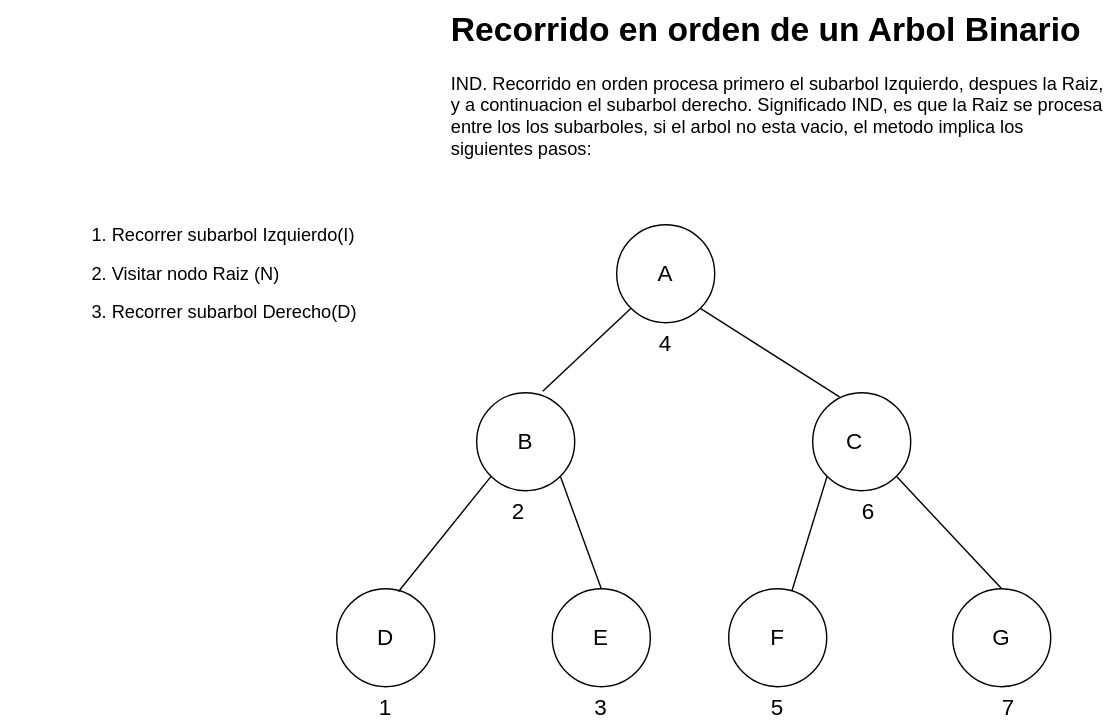
Earlier version of the draw.io export Estructura-de-datos/Arboles/enorden.drawio.svg (Nordcode-cyber/Algoritmos-Estructdatos). Source tidied: cells renumbered, new cells last; positions are measured from the earlier drawing's top-left corner, leaving out a move shared by most shapes.
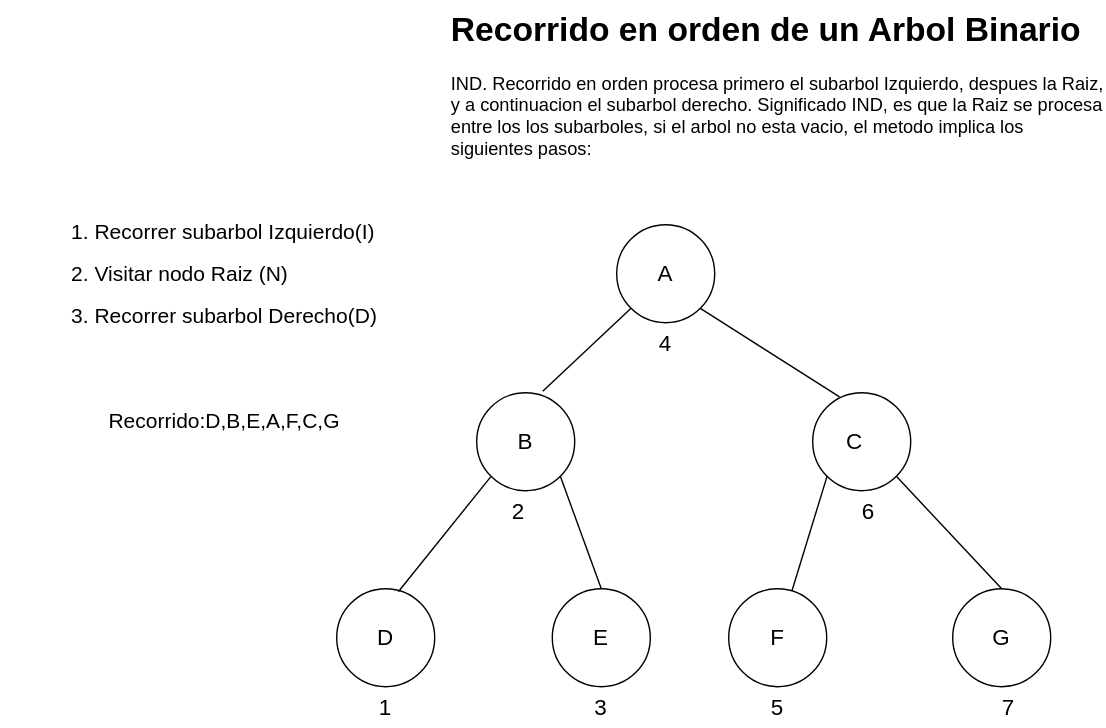
After the commit.

Diff of the diagram source:
```diff
@@ -5,7 +5,7 @@
     <mxCell id="2" value="&lt;h1 style=&quot;margin-top: 0px;&quot;&gt;Recorrido en orden de un Arbol Binario&lt;/h1&gt;&lt;p&gt;&lt;font style=&quot;font-size: 13px;&quot;&gt;IND. Recorrido en orden procesa primero el subarbol Izquierdo, despues la Raiz, y a continuacion el subarbol derecho. Significado IND, es que la Raiz se procesa entre los los subarboles, si el arbol no esta vacio, el metodo implica los siguientes pasos:&lt;/font&gt;&lt;/p&gt;&lt;p&gt;&lt;br&gt;&lt;/p&gt;&lt;p&gt;&lt;br&gt;&lt;/p&gt;&lt;p&gt;&lt;br&gt;&lt;/p&gt;" style="text;html=1;whiteSpace=wrap;overflow=hidden;rounded=0;" parent="1" vertex="1">
       <mxGeometry x="320" width="470" height="130" as="geometry" />
     </mxCell>
-    <mxCell id="3" value="&lt;p style=&quot;scrollbar-color: rgb(75, 75, 75) rgb(27, 29, 30); text-align: left;&quot;&gt;&lt;font style=&quot;scrollbar-color: rgb(75, 75, 75) rgb(27, 29, 30); font-size: 13px; color: light-dark(rgb(0, 0, 0), rgb(102, 255, 102));&quot;&gt;1. Recorrer subarbol Izquierdo(I)&lt;/font&gt;&lt;/p&gt;&lt;p style=&quot;scrollbar-color: rgb(75, 75, 75) rgb(27, 29, 30); text-align: left;&quot;&gt;&lt;font style=&quot;scrollbar-color: rgb(75, 75, 75) rgb(27, 29, 30); font-size: 13px; color: light-dark(rgb(0, 0, 0), rgb(102, 255, 102));&quot;&gt;2. Visitar nodo Raiz (N)&lt;/font&gt;&lt;/p&gt;&lt;p style=&quot;scrollbar-color: rgb(75, 75, 75) rgb(27, 29, 30); text-align: left;&quot;&gt;&lt;font style=&quot;scrollbar-color: rgb(75, 75, 75) rgb(27, 29, 30); font-size: 13px; color: light-dark(rgb(0, 0, 0), rgb(102, 255, 102));&quot;&gt;3. Recorrer subarbol Derecho(D)&lt;/font&gt;&lt;/p&gt;" style="text;html=1;align=center;verticalAlign=middle;whiteSpace=wrap;rounded=0;" parent="1" vertex="1">
+    <mxCell id="3" value="&lt;p style=&quot;scrollbar-color: rgb(75, 75, 75) rgb(27, 29, 30); text-align: left;&quot;&gt;&lt;font style=&quot;scrollbar-color: rgb(75, 75, 75) rgb(27, 29, 30); color: light-dark(rgb(0, 0, 0), rgb(102, 255, 102)); font-size: 15px;&quot;&gt;1. Recorrer subarbol Izquierdo(I)&lt;/font&gt;&lt;/p&gt;&lt;p style=&quot;scrollbar-color: rgb(75, 75, 75) rgb(27, 29, 30); text-align: left;&quot;&gt;&lt;font style=&quot;scrollbar-color: rgb(75, 75, 75) rgb(27, 29, 30); color: light-dark(rgb(0, 0, 0), rgb(102, 255, 102)); font-size: 15px;&quot;&gt;2. Visitar nodo Raiz (N)&lt;/font&gt;&lt;/p&gt;&lt;p style=&quot;scrollbar-color: rgb(75, 75, 75) rgb(27, 29, 30); text-align: left;&quot;&gt;&lt;font style=&quot;scrollbar-color: rgb(75, 75, 75) rgb(27, 29, 30); color: light-dark(rgb(0, 0, 0), rgb(102, 255, 102)); font-size: 15px;&quot;&gt;3. Recorrer subarbol Derecho(D)&lt;/font&gt;&lt;/p&gt;" style="text;html=1;align=center;verticalAlign=middle;whiteSpace=wrap;rounded=0;" parent="1" vertex="1">
       <mxGeometry y="110" width="320" height="170" as="geometry" />
     </mxCell>
     <mxCell id="4" style="ellipse;whiteSpace=wrap;html=1;fillColor=none;" parent="1" vertex="1">
@@ -89,5 +89,8 @@
     <mxCell id="30" value="&lt;font style=&quot;color: light-dark(rgb(0, 0, 0), rgb(255, 0, 0)); font-size: 16px;&quot;&gt;7&lt;/font&gt;" style="text;html=1;align=center;verticalAlign=middle;whiteSpace=wrap;rounded=0;" parent="1" vertex="1">
       <mxGeometry x="690" y="490" width="60" height="30" as="geometry" />
     </mxCell>
+    <mxCell id="31" value="&lt;font style=&quot;font-size: 15px; color: light-dark(rgb(0, 0, 0), rgb(102, 255, 102));&quot;&gt;Recorrido:D,B,E,A,F,C,G&lt;/font&gt;" style="text;html=1;align=center;verticalAlign=middle;whiteSpace=wrap;rounded=0;" parent="1" vertex="1">
+      <mxGeometry x="60" y="280" width="200" height="40" as="geometry" />
+    </mxCell>
   </root>
 </mxGraphModel>
```
